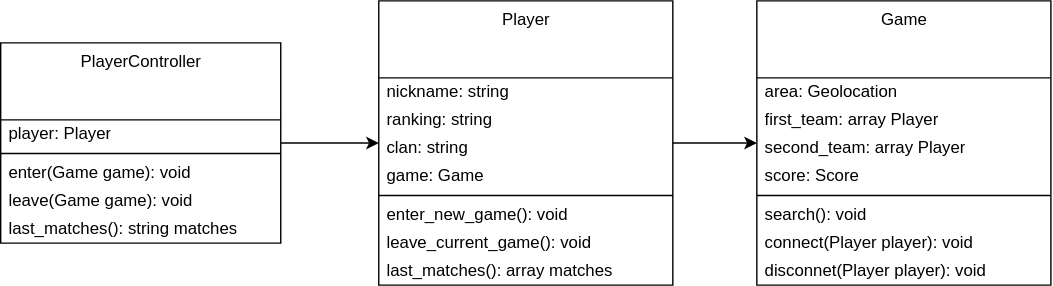
GabrielSlima/blog keeps this draw.io diagram as images/clean-code-clean-classes/SRP-BROKEN.svg. Above is the earlier version. Source tidied: cells renumbered, new cells last; positions are measured from the earlier drawing's top-left corner, leaving out a move shared by most shapes.
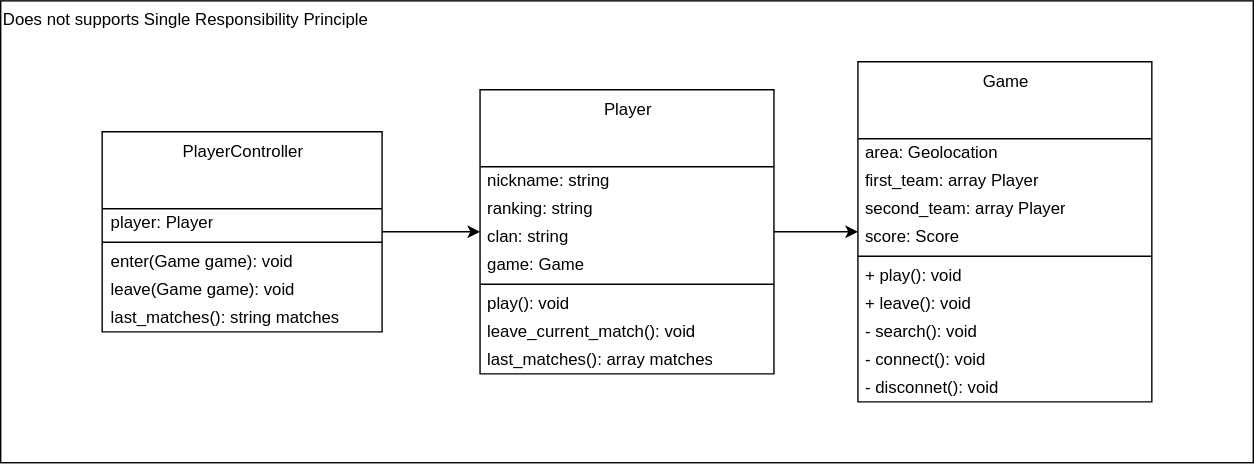
Later version of the same file.

Change to the diagram source:
```diff
@@ -23,10 +23,10 @@
     <mxCell id="8" style="line;strokeWidth=1;fillColor=none;align=left;verticalAlign=middle;spacingTop=-1;spacingLeft=3;spacingRight=3;labelPosition=right;" parent="3" vertex="1">
       <mxGeometry y="135" width="210" height="8" as="geometry" />
     </mxCell>
-    <mxCell id="9" value="enter_new_game(): void" style="text;html=1;strokeColor=none;fillColor=none;align=left;verticalAlign=middle;spacingLeft=4;spacingRight=4;overflow=hidden;" parent="3" vertex="1">
+    <mxCell id="9" value="play(): void" style="text;html=1;strokeColor=none;fillColor=none;align=left;verticalAlign=middle;spacingLeft=4;spacingRight=4;overflow=hidden;" parent="3" vertex="1">
       <mxGeometry y="143" width="210" height="20" as="geometry" />
     </mxCell>
-    <mxCell id="10" value="leave_current_game(): void" style="text;html=1;strokeColor=none;fillColor=none;align=left;verticalAlign=middle;spacingLeft=4;spacingRight=4;overflow=hidden;" parent="3" vertex="1">
+    <mxCell id="10" value="leave_current_match(): void" style="text;html=1;strokeColor=none;fillColor=none;align=left;verticalAlign=middle;spacingLeft=4;spacingRight=4;overflow=hidden;" parent="3" vertex="1">
       <mxGeometry y="163" width="210" height="20" as="geometry" />
     </mxCell>
     <mxCell id="11" value="last_matches(): array matches" style="text;html=1;strokeColor=none;fillColor=none;align=left;verticalAlign=middle;spacingLeft=4;spacingRight=4;overflow=hidden;" parent="3" vertex="1">
@@ -54,7 +54,7 @@
       <mxGeometry y="123" width="200" height="20" as="geometry" />
     </mxCell>
     <mxCell id="19" value="Game" style="swimlane;fontStyle=0;align=center;verticalAlign=top;horizontal=1;startSize=55;html=1;fillColor=none;" parent="1" vertex="1">
-      <mxGeometry x="540" width="210" height="203" as="geometry" />
+      <mxGeometry x="540" y="-20" width="210" height="243" as="geometry" />
     </mxCell>
     <mxCell id="20" value="area: Geolocation" style="text;html=1;strokeColor=none;fillColor=none;align=left;verticalAlign=middle;spacingLeft=4;spacingRight=4;overflow=hidden;" parent="19" vertex="1">
       <mxGeometry y="55" width="210" height="20" as="geometry" />
@@ -71,14 +71,23 @@
     <mxCell id="24" style="line;strokeWidth=1;fillColor=none;align=left;verticalAlign=middle;spacingTop=-1;spacingLeft=3;spacingRight=3;labelPosition=right;" parent="19" vertex="1">
       <mxGeometry y="135" width="210" height="8" as="geometry" />
     </mxCell>
+    <mxCell id="28" value="+ play(): void" style="text;html=1;strokeColor=none;fillColor=none;align=left;verticalAlign=middle;spacingLeft=4;spacingRight=4;overflow=hidden;" parent="19" vertex="1">
+      <mxGeometry y="143" width="210" height="20" as="geometry" />
+    </mxCell>
+    <mxCell id="29" value="+ leave(): void" style="text;html=1;strokeColor=none;fillColor=none;align=left;verticalAlign=middle;spacingLeft=4;spacingRight=4;overflow=hidden;" parent="19" vertex="1">
+      <mxGeometry y="163" width="210" height="20" as="geometry" />
+    </mxCell>
-    <mxCell id="25" value="search(): void" style="text;html=1;strokeColor=none;fillColor=none;align=left;verticalAlign=middle;spacingLeft=4;spacingRight=4;overflow=hidden;" parent="19" vertex="1">
-      <mxGeometry y="143" width="210" height="20" as="geometry" />
+    <mxCell id="25" value="- search(): void" style="text;html=1;strokeColor=none;fillColor=none;align=left;verticalAlign=middle;spacingLeft=4;spacingRight=4;overflow=hidden;" parent="19" vertex="1">
+      <mxGeometry y="183" width="210" height="20" as="geometry" />
     </mxCell>
-    <mxCell id="26" value="connect(Player player): void" style="text;html=1;strokeColor=none;fillColor=none;align=left;verticalAlign=middle;spacingLeft=4;spacingRight=4;overflow=hidden;" parent="19" vertex="1">
-      <mxGeometry y="163" width="210" height="20" as="geometry" />
+    <mxCell id="26" value="- connect(): void" style="text;html=1;strokeColor=none;fillColor=none;align=left;verticalAlign=middle;spacingLeft=4;spacingRight=4;overflow=hidden;" parent="19" vertex="1">
+      <mxGeometry y="203" width="210" height="20" as="geometry" />
     </mxCell>
-    <mxCell id="27" value="disconnet(Player player): void" style="text;html=1;strokeColor=none;fillColor=none;align=left;verticalAlign=middle;spacingLeft=4;spacingRight=4;overflow=hidden;" parent="19" vertex="1">
-      <mxGeometry y="183" width="210" height="20" as="geometry" />
+    <mxCell id="27" value="- disconnet(): void" style="text;html=1;strokeColor=none;fillColor=none;align=left;verticalAlign=middle;spacingLeft=4;spacingRight=4;overflow=hidden;" parent="19" vertex="1">
+      <mxGeometry y="223" width="210" height="20" as="geometry" />
     </mxCell>
+    <mxCell id="30" value="Does not supports Single Responsibility Principle" style="rounded=0;whiteSpace=wrap;html=1;fillColor=none;align=left;verticalAlign=top;" parent="1" vertex="1">
+      <mxGeometry x="-72.5" y="-63.5" width="895" height="330" as="geometry" />
+    </mxCell>
   </root>
 </mxGraphModel>
```
